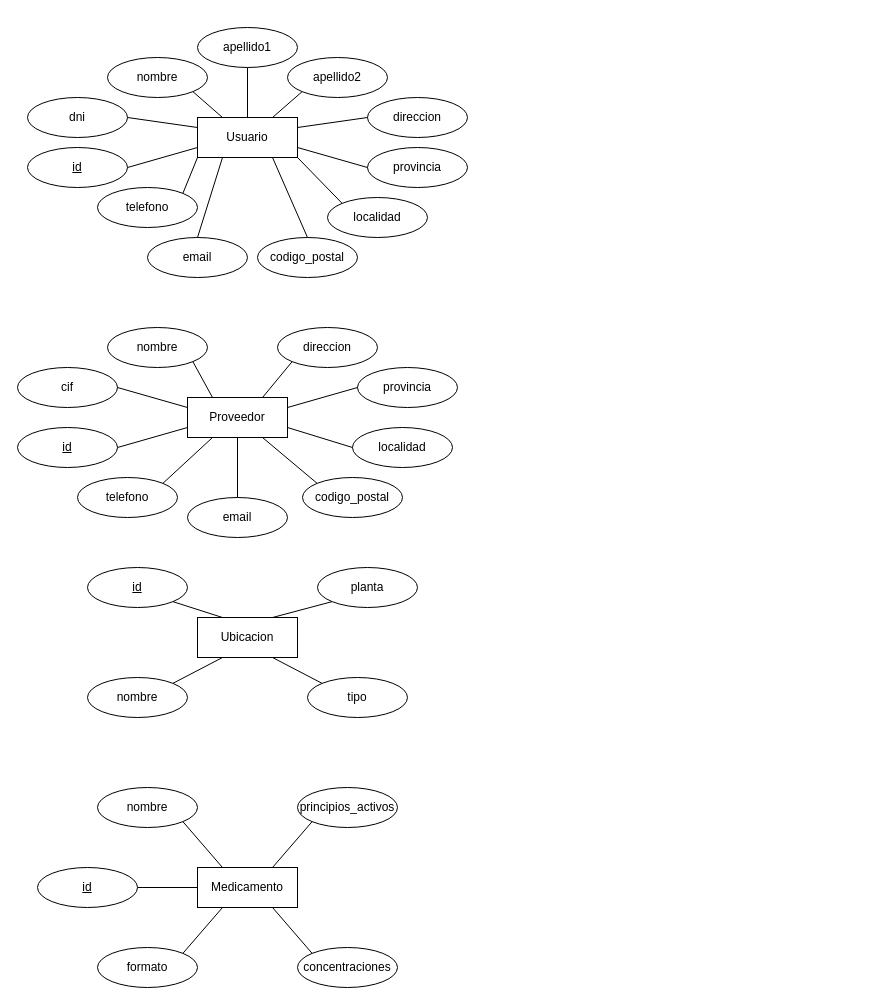
This is Diagrama sin título.drawio from mariopr25/AlmacenMedicamentosER, a draw.io file, before an edit. Source tidied: cells renumbered, new cells numbered last; positions are measured from the earlier drawing's top-left corner, leaving out a move shared by most shapes. Both pictures are drawn from the tidied source at 100%, with x=0, y=0 at pixel (17, 27).
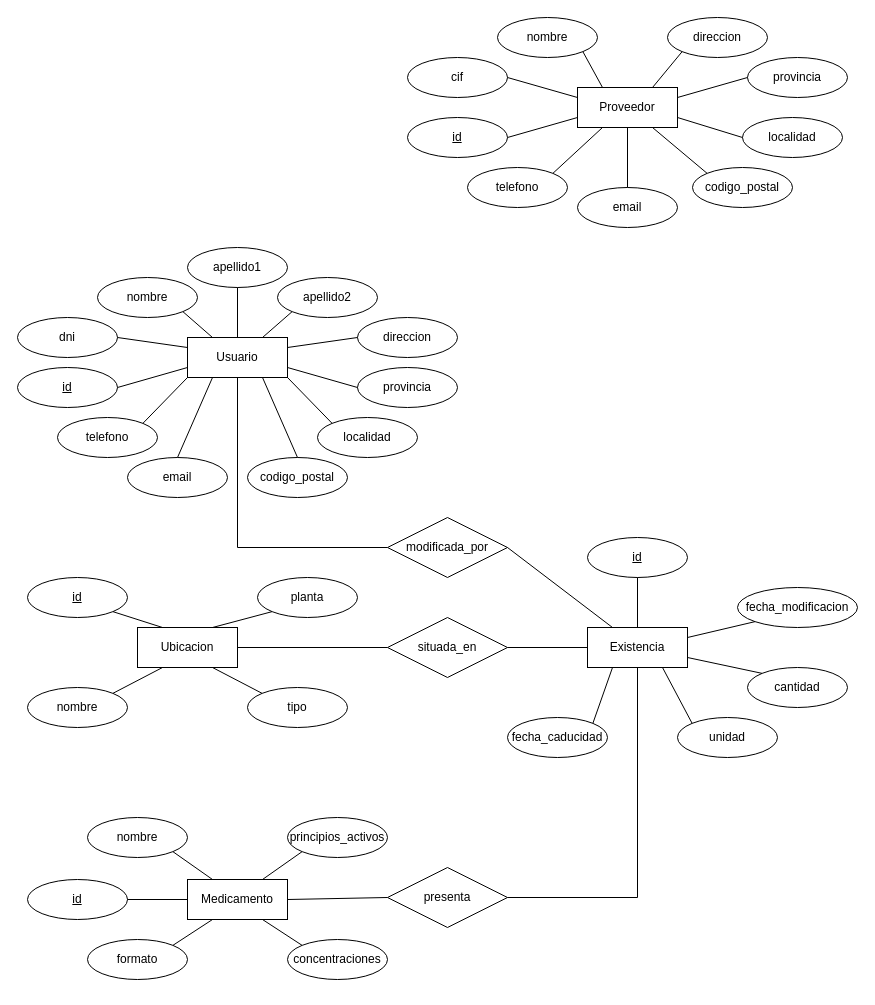
After the change.

Commit message:
Creada Existencia (con sus relaciones)

Unchanged cells that the change refers to:
```xml
<mxCell id="24" value="&lt;div&gt;Usuario&lt;/div&gt;" style="whiteSpace=wrap;html=1;align=center;" parent="23" vertex="1">
  <mxGeometry x="170" y="90" width="100" height="40" as="geometry" />
</mxCell>
<mxCell id="48" value="Ubicacion" style="whiteSpace=wrap;html=1;align=center;" parent="47" vertex="1">
  <mxGeometry x="110" y="50" width="100" height="40" as="geometry" />
</mxCell>
```

What changed in the source:
```diff
@@
     <mxCell id="2" style="group;" parent="1" vertex="1">
-      <mxGeometry y="300" width="440" height="210" as="geometry" />
+      <mxGeometry x="390" y="-10" width="440" height="210" as="geometry" />
     </mxCell>
@@
     <mxCell id="23" style="group;" parent="1" vertex="1">
-      <mxGeometry x="10" width="440" height="250" as="geometry" />
+      <mxGeometry y="220" width="440" height="250" as="geometry" />
     </mxCell>
@@
     <mxCell id="34" value="email" style="ellipse;whiteSpace=wrap;html=1;align=center;" parent="23" vertex="1">
-      <mxGeometry x="120" y="210" width="100" height="40" as="geometry" />
+      <mxGeometry x="110" y="210" width="100" height="40" as="geometry" />
     </mxCell>
     <mxCell id="35" value="telefono" style="ellipse;whiteSpace=wrap;html=1;align=center;" parent="23" vertex="1">
-      <mxGeometry x="70" y="160" width="100" height="40" as="geometry" />
+      <mxGeometry x="40" y="170" width="100" height="40" as="geometry" />
     </mxCell>
@@
     <mxCell id="47" style="group;" parent="1" vertex="1">
-      <mxGeometry x="70" y="540" width="330" height="150" as="geometry" />
+      <mxGeometry x="10" y="550" width="330" height="150" as="geometry" />
     </mxCell>
@@
-    <mxCell id="57" style="group;" parent="1" vertex="1">
-      <mxGeometry x="20" y="760" width="360" height="200" as="geometry" />
-    </mxCell>
+    <mxCell id="69" style="group;" parent="1" vertex="1">
+      <mxGeometry x="10" y="790" width="360" height="162" as="geometry" />
+    </mxCell>
-    <mxCell id="58" value="Medicamento" style="whiteSpace=wrap;html=1;align=center;" parent="57" vertex="1">
-      <mxGeometry x="160" y="80" width="100" height="40" as="geometry" />
+    <mxCell id="58" value="Medicamento" style="whiteSpace=wrap;html=1;align=center;" parent="69" vertex="1">
+      <mxGeometry x="160" y="62" width="100" height="40" as="geometry" />
     </mxCell>
-    <mxCell id="59" value="nombre" style="ellipse;whiteSpace=wrap;html=1;align=center;" parent="57" vertex="1">
+    <mxCell id="59" value="nombre" style="ellipse;whiteSpace=wrap;html=1;align=center;" parent="69" vertex="1">
       <mxGeometry x="60" width="100" height="40" as="geometry" />
     </mxCell>
-    <mxCell id="60" value="&lt;div&gt;principios_activos&lt;/div&gt;" style="ellipse;whiteSpace=wrap;html=1;align=center;" parent="57" vertex="1">
+    <mxCell id="60" value="&lt;div&gt;principios_activos&lt;/div&gt;" style="ellipse;whiteSpace=wrap;html=1;align=center;" parent="69" vertex="1">
       <mxGeometry x="260" width="100" height="40" as="geometry" />
     </mxCell>
-    <mxCell id="61" value="concentraciones" style="ellipse;whiteSpace=wrap;html=1;align=center;" parent="57" vertex="1">
-      <mxGeometry x="260" y="160" width="100" height="40" as="geometry" />
+    <mxCell id="61" value="concentraciones" style="ellipse;whiteSpace=wrap;html=1;align=center;" parent="69" vertex="1">
+      <mxGeometry x="260" y="122" width="100" height="40" as="geometry" />
     </mxCell>
-    <mxCell id="62" value="formato" style="ellipse;whiteSpace=wrap;html=1;align=center;" parent="57" vertex="1">
-      <mxGeometry x="60" y="160" width="100" height="40" as="geometry" />
+    <mxCell id="62" value="formato" style="ellipse;whiteSpace=wrap;html=1;align=center;" parent="69" vertex="1">
+      <mxGeometry x="60" y="122" width="100" height="40" as="geometry" />
     </mxCell>
-    <mxCell id="63" value="id" style="ellipse;whiteSpace=wrap;html=1;align=center;fontStyle=4;" parent="57" vertex="1">
-      <mxGeometry y="80" width="100" height="40" as="geometry" />
+    <mxCell id="63" value="id" style="ellipse;whiteSpace=wrap;html=1;align=center;fontStyle=4;" parent="69" vertex="1">
+      <mxGeometry y="62" width="100" height="40" as="geometry" />
     </mxCell>
-    <mxCell id="64" style="endArrow=none;html=1;rounded=0;exitX=1;exitY=0.5;exitDx=0;exitDy=0;entryX=0;entryY=0.5;entryDx=0;entryDy=0;" parent="57" edge="1" source="63" target="58">
+    <mxCell id="64" style="endArrow=none;html=1;rounded=0;exitX=1;exitY=0.5;exitDx=0;exitDy=0;entryX=0;entryY=0.5;entryDx=0;entryDy=0;" parent="69" edge="1" source="63" target="58">
       <mxGeometry relative="1" as="geometry" />
     </mxCell>
-    <mxCell id="65" style="endArrow=none;html=1;rounded=0;exitX=1;exitY=1;exitDx=0;exitDy=0;entryX=0.25;entryY=0;entryDx=0;entryDy=0;" parent="57" edge="1" source="59" target="58">
+    <mxCell id="65" style="endArrow=none;html=1;rounded=0;exitX=1;exitY=1;exitDx=0;exitDy=0;entryX=0.25;entryY=0;entryDx=0;entryDy=0;" parent="69" edge="1" source="59" target="58">
       <mxGeometry relative="1" as="geometry" />
     </mxCell>
-    <mxCell id="66" style="endArrow=none;html=1;rounded=0;exitX=0;exitY=1;exitDx=0;exitDy=0;entryX=0.75;entryY=0;entryDx=0;entryDy=0;" parent="57" edge="1" source="60" target="58">
+    <mxCell id="66" style="endArrow=none;html=1;rounded=0;exitX=0;exitY=1;exitDx=0;exitDy=0;entryX=0.75;entryY=0;entryDx=0;entryDy=0;" parent="69" edge="1" source="60" target="58">
       <mxGeometry relative="1" as="geometry" />
     </mxCell>
-    <mxCell id="67" style="endArrow=none;html=1;rounded=0;entryX=0;entryY=0;entryDx=0;entryDy=0;exitX=0.75;exitY=1;exitDx=0;exitDy=0;" parent="57" edge="1" source="58" target="61">
+    <mxCell id="67" style="endArrow=none;html=1;rounded=0;entryX=0;entryY=0;entryDx=0;entryDy=0;exitX=0.75;exitY=1;exitDx=0;exitDy=0;" parent="69" edge="1" source="58" target="61">
       <mxGeometry relative="1" as="geometry" />
     </mxCell>
-    <mxCell id="68" style="endArrow=none;html=1;rounded=0;exitX=1;exitY=0;exitDx=0;exitDy=0;entryX=0.25;entryY=1;entryDx=0;entryDy=0;" parent="57" edge="1" source="62" target="58">
+    <mxCell id="68" style="endArrow=none;html=1;rounded=0;exitX=1;exitY=0;exitDx=0;exitDy=0;entryX=0.25;entryY=1;entryDx=0;entryDy=0;" parent="69" edge="1" source="62" target="58">
       <mxGeometry relative="1" as="geometry" />
     </mxCell>
+    <mxCell id="70" value="situada_en" style="shape=rhombus;perimeter=rhombusPerimeter;whiteSpace=wrap;html=1;align=center;" parent="1" vertex="1">
+      <mxGeometry x="370" y="590" width="120" height="60" as="geometry" />
+    </mxCell>
+    <mxCell id="71" style="group;" parent="1" vertex="1">
+      <mxGeometry x="490" y="510" width="350" height="220" as="geometry" />
+    </mxCell>
+    <mxCell id="72" value="&lt;div&gt;Existencia&lt;/div&gt;" style="whiteSpace=wrap;html=1;align=center;" parent="71" vertex="1">
+      <mxGeometry x="80" y="90" width="100" height="40" as="geometry" />
+    </mxCell>
+    <mxCell id="73" value="id" style="ellipse;whiteSpace=wrap;html=1;align=center;fontStyle=4;" parent="71" vertex="1">
+      <mxGeometry x="80" width="100" height="40" as="geometry" />
+    </mxCell>
+    <mxCell id="74" value="fecha_modificacion" style="ellipse;whiteSpace=wrap;html=1;align=center;" parent="71" vertex="1">
+      <mxGeometry x="230" y="50" width="120" height="40" as="geometry" />
+    </mxCell>
+    <mxCell id="75" value="cantidad" style="ellipse;whiteSpace=wrap;html=1;align=center;" parent="71" vertex="1">
+      <mxGeometry x="240" y="130" width="100" height="40" as="geometry" />
+    </mxCell>
+    <mxCell id="76" value="unidad" style="ellipse;whiteSpace=wrap;html=1;align=center;" parent="71" vertex="1">
+      <mxGeometry x="170" y="180" width="100" height="40" as="geometry" />
+    </mxCell>
+    <mxCell id="77" value="fecha_caducidad" style="ellipse;whiteSpace=wrap;html=1;align=center;" parent="71" vertex="1">
+      <mxGeometry y="180" width="100" height="40" as="geometry" />
+    </mxCell>
+    <mxCell id="78" style="endArrow=none;html=1;rounded=0;entryX=0.5;entryY=0;entryDx=0;entryDy=0;exitX=0.5;exitY=1;exitDx=0;exitDy=0;" parent="71" edge="1" source="73" target="72">
+      <mxGeometry relative="1" as="geometry" />
+    </mxCell>
+    <mxCell id="79" style="endArrow=none;html=1;rounded=0;entryX=0;entryY=1;entryDx=0;entryDy=0;exitX=1;exitY=0.25;exitDx=0;exitDy=0;" parent="71" edge="1" source="72" target="74">
+      <mxGeometry relative="1" as="geometry" />
+    </mxCell>
+    <mxCell id="80" style="endArrow=none;html=1;rounded=0;entryX=0;entryY=0;entryDx=0;entryDy=0;exitX=1;exitY=0.75;exitDx=0;exitDy=0;" parent="71" edge="1" source="72" target="75">
+      <mxGeometry relative="1" as="geometry" />
+    </mxCell>
+    <mxCell id="81" style="endArrow=none;html=1;rounded=0;entryX=0.25;entryY=1;entryDx=0;entryDy=0;exitX=1;exitY=0;exitDx=0;exitDy=0;" parent="71" edge="1" source="77" target="72">
+      <mxGeometry relative="1" as="geometry" />
+    </mxCell>
+    <mxCell id="82" style="endArrow=none;html=1;rounded=0;entryX=0;entryY=0;entryDx=0;entryDy=0;exitX=0.75;exitY=1;exitDx=0;exitDy=0;" parent="71" edge="1" source="72" target="76">
+      <mxGeometry relative="1" as="geometry" />
+    </mxCell>
+    <mxCell id="83" value="presenta" style="shape=rhombus;perimeter=rhombusPerimeter;whiteSpace=wrap;html=1;align=center;" parent="1" vertex="1">
+      <mxGeometry x="370" y="840" width="120" height="60" as="geometry" />
+    </mxCell>
+    <mxCell id="84" style="endArrow=none;html=1;rounded=0;entryX=0.5;entryY=1;entryDx=0;entryDy=0;exitX=1;exitY=0.5;exitDx=0;exitDy=0;" parent="1" edge="1" source="83" target="72">
+      <mxGeometry relative="1" as="geometry">
+        <Array as="points">
+          <mxPoint x="620" y="870" />
+        </Array>
+      </mxGeometry>
+    </mxCell>
+    <mxCell id="85" style="endArrow=none;html=1;rounded=0;entryX=0;entryY=0.5;entryDx=0;entryDy=0;exitX=1;exitY=0.5;exitDx=0;exitDy=0;" parent="1" edge="1" source="58" target="83">
+      <mxGeometry relative="1" as="geometry" />
+    </mxCell>
+    <mxCell id="86" style="endArrow=none;html=1;rounded=0;entryX=0;entryY=0.5;entryDx=0;entryDy=0;exitX=1;exitY=0.5;exitDx=0;exitDy=0;" parent="1" edge="1" source="70" target="72">
+      <mxGeometry relative="1" as="geometry" />
+    </mxCell>
+    <mxCell id="87" style="endArrow=none;html=1;rounded=0;entryX=0;entryY=0.5;entryDx=0;entryDy=0;exitX=1;exitY=0.5;exitDx=0;exitDy=0;" parent="1" edge="1" source="48" target="70">
+      <mxGeometry relative="1" as="geometry" />
+    </mxCell>
+    <mxCell id="88" value="modificada_por" style="shape=rhombus;perimeter=rhombusPerimeter;whiteSpace=wrap;html=1;align=center;" parent="1" vertex="1">
+      <mxGeometry x="370" y="490" width="120" height="60" as="geometry" />
+    </mxCell>
+    <mxCell id="89" style="endArrow=none;html=1;rounded=0;exitX=1;exitY=0.5;exitDx=0;exitDy=0;entryX=0.25;entryY=0;entryDx=0;entryDy=0;" parent="1" edge="1" source="88" target="72">
+      <mxGeometry relative="1" as="geometry" />
+    </mxCell>
+    <mxCell id="90" style="endArrow=none;html=1;rounded=0;entryX=0;entryY=0.5;entryDx=0;entryDy=0;exitX=0.5;exitY=1;exitDx=0;exitDy=0;" parent="1" edge="1" source="24" target="88">
+      <mxGeometry relative="1" as="geometry">
+        <Array as="points">
+          <mxPoint x="220" y="520" />
+        </Array>
+      </mxGeometry>
+    </mxCell>
```
